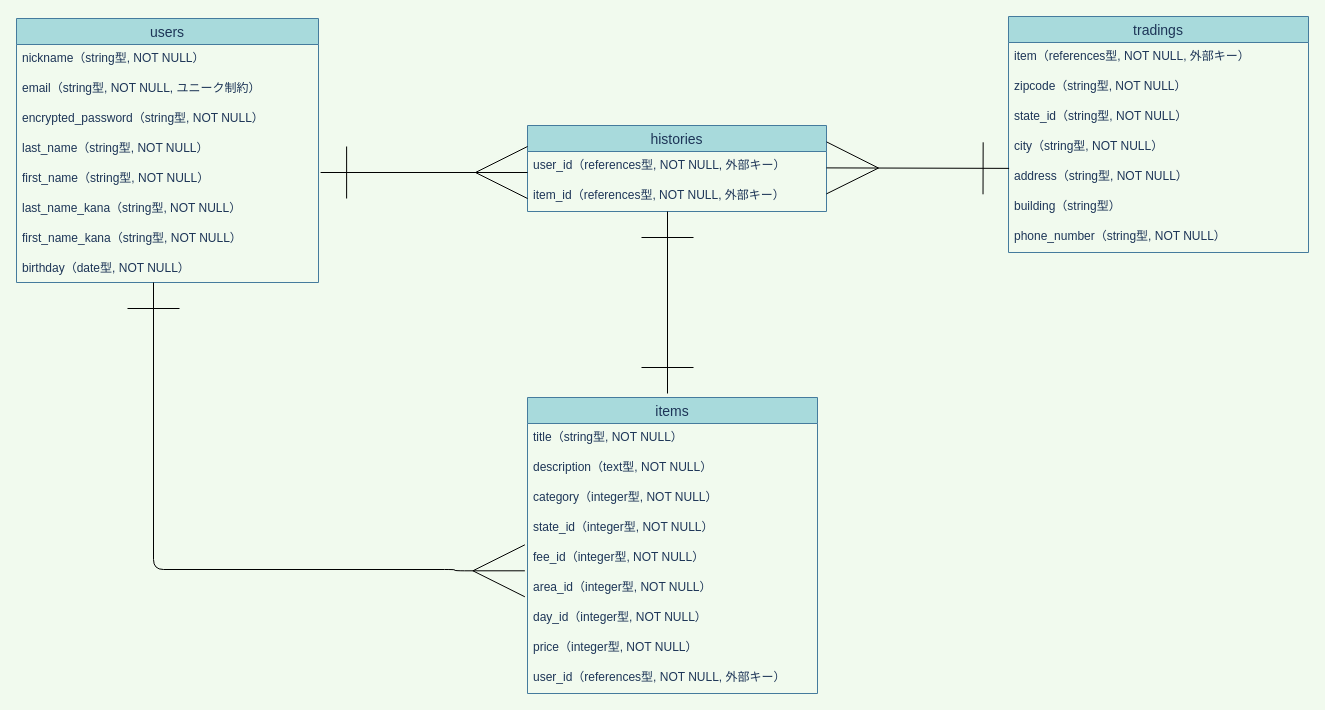
The draw.io diagram config/ER.dio in fe3524/furima-36476, before the edit. Source tidied: cells renumbered, new cells numbered last; positions are measured from the earlier drawing's top-left corner, leaving out a move shared by most shapes. Both pictures are drawn from the tidied source at 100%, with x=0, y=0 at pixel (16, 16).
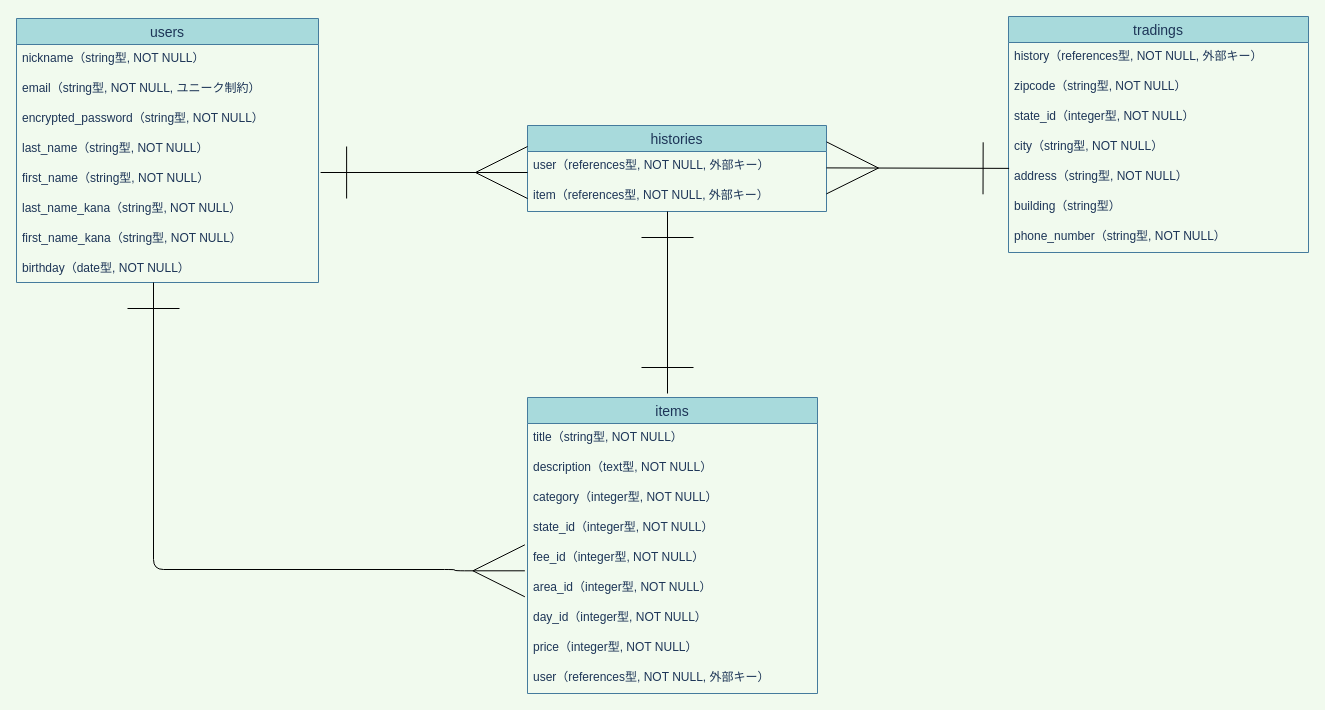
Above is the later version.

Commit message (it also covers changes not shown here):
ER図／READMEの修正④

The change refers to these unchanged cells:
```xml
<mxCell id="11" value="items" style="swimlane;fontStyle=0;horizontal=1;startSize=26;align=center;fontSize=14;rounded=0;sketch=0;fillColor=#A8DADC;strokeColor=#457B9D;fontColor=#1D3557;" parent="1" vertex="1">
  <mxGeometry x="511" y="381" width="290" height="296" as="geometry" />
</mxCell>
<mxCell id="21" value="tradings" style="swimlane;fontStyle=0;horizontal=1;startSize=26;align=center;fontSize=14;rounded=0;sketch=0;fillColor=#A8DADC;strokeColor=#457B9D;fontColor=#1D3557;" parent="1" vertex="1">
  <mxGeometry x="992" width="300" height="236" as="geometry" />
</mxCell>
<mxCell id="29" value="histories" style="swimlane;fontStyle=0;horizontal=1;startSize=26;align=center;fontSize=14;rounded=0;sketch=0;fillColor=#A8DADC;strokeColor=#457B9D;fontColor=#1D3557;" parent="1" vertex="1">
  <mxGeometry x="511" y="109" width="299" height="86" as="geometry" />
</mxCell>
```

The edit, as a diff of the source:
```diff
@@
-    <mxCell id="20" value="user_id（references型, NOT NULL, 外部キー）" style="text;strokeColor=none;fillColor=none;spacingLeft=4;spacingRight=4;overflow=hidden;fontSize=12;fontColor=#1D3557;" parent="11" vertex="1">
+    <mxCell id="20" value="user（references型, NOT NULL, 外部キー）" style="text;strokeColor=none;fillColor=none;spacingLeft=4;spacingRight=4;overflow=hidden;fontSize=12;fontColor=#1D3557;" parent="11" vertex="1">
       <mxGeometry y="266" width="290" height="30" as="geometry" />
     </mxCell>
@@
-    <mxCell id="22" value="item（references型, NOT NULL, 外部キー）" style="text;strokeColor=none;fillColor=none;spacingLeft=4;spacingRight=4;overflow=hidden;fontSize=12;fontColor=#1D3557;" parent="21" vertex="1">
+    <mxCell id="22" value="history（references型, NOT NULL, 外部キー）" style="text;strokeColor=none;fillColor=none;spacingLeft=4;spacingRight=4;overflow=hidden;fontSize=12;fontColor=#1D3557;" parent="21" vertex="1">
       <mxGeometry y="26" width="300" height="30" as="geometry" />
     </mxCell>
@@
-    <mxCell id="24" value="state_id（string型, NOT NULL）" style="text;strokeColor=none;fillColor=none;spacingLeft=4;spacingRight=4;overflow=hidden;fontSize=12;fontColor=#1D3557;" parent="21" vertex="1">
+    <mxCell id="24" value="state_id（integer型, NOT NULL）" style="text;strokeColor=none;fillColor=none;spacingLeft=4;spacingRight=4;overflow=hidden;fontSize=12;fontColor=#1D3557;" parent="21" vertex="1">
       <mxGeometry y="86" width="300" height="30" as="geometry" />
     </mxCell>
@@
-    <mxCell id="30" value="user_id（references型, NOT NULL, 外部キー）" style="text;strokeColor=none;fillColor=none;spacingLeft=4;spacingRight=4;overflow=hidden;fontSize=12;fontColor=#1D3557;" parent="29" vertex="1">
+    <mxCell id="30" value="user（references型, NOT NULL, 外部キー）" style="text;strokeColor=none;fillColor=none;spacingLeft=4;spacingRight=4;overflow=hidden;fontSize=12;fontColor=#1D3557;" parent="29" vertex="1">
       <mxGeometry y="26" width="299" height="30" as="geometry" />
     </mxCell>
-    <mxCell id="31" value="item_id（references型, NOT NULL, 外部キー）" style="text;strokeColor=none;fillColor=none;spacingLeft=4;spacingRight=4;overflow=hidden;fontSize=12;fontColor=#1D3557;" parent="29" vertex="1">
+    <mxCell id="31" value="item（references型, NOT NULL, 外部キー）" style="text;strokeColor=none;fillColor=none;spacingLeft=4;spacingRight=4;overflow=hidden;fontSize=12;fontColor=#1D3557;" parent="29" vertex="1">
       <mxGeometry y="56" width="299" height="30" as="geometry" />
     </mxCell>
```
